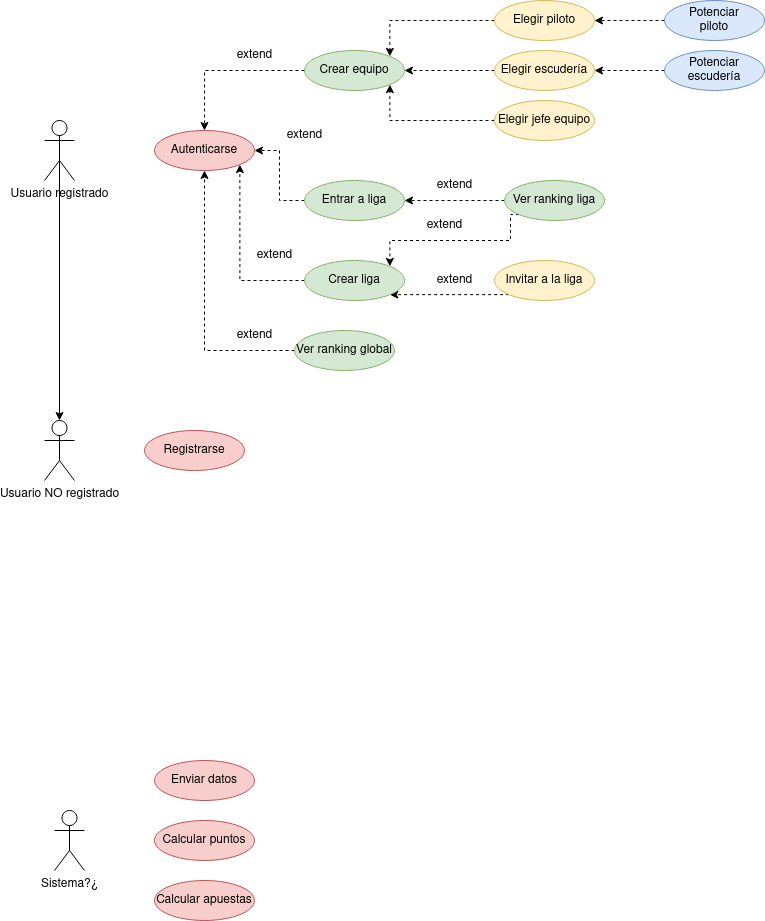
Above: doc/diagramas/img/Diagrama_casos_uso.drawio.png in adrianhrb/proyecto_ETS (draw.io), before the change. Source tidied: cells renumbered, new cells last; positions are measured from the earlier drawing's top-left corner, leaving out a move shared by most shapes.
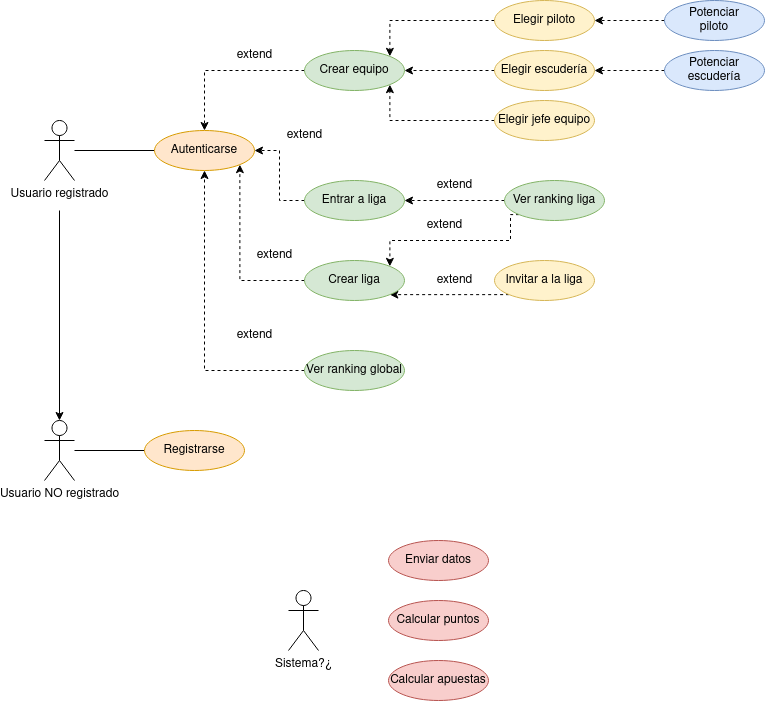
The same file after the commit.

Diff of the diagram source:
```diff
@@ -2,13 +2,18 @@
   <root>
     <mxCell id="0" />
     <mxCell id="1" parent="0" />
-    <mxCell id="2" style="edgeStyle=orthogonalEdgeStyle;rounded=0;jettySize=auto;html=1;exitX=0.5;exitY=0.5;exitDx=0;exitDy=0;exitPerimeter=0;entryX=0.5;entryY=0;entryDx=0;entryDy=0;entryPerimeter=0;" parent="1" edge="1" source="3" target="27">
-      <mxGeometry relative="1" as="geometry" />
+    <mxCell id="2" style="edgeStyle=orthogonalEdgeStyle;rounded=0;jettySize=auto;html=1;entryX=0.5;entryY=0;entryDx=0;entryDy=0;entryPerimeter=0;" parent="1" edge="1" target="27">
+      <mxGeometry relative="1" as="geometry">
+        <mxPoint x="15" y="210" as="sourcePoint" />
+      </mxGeometry>
     </mxCell>
+    <mxCell id="41" style="edgeStyle=orthogonalEdgeStyle;rounded=0;jettySize=auto;html=1;entryX=0;entryY=0.5;entryDx=0;entryDy=0;endArrow=none;endFill=0;" parent="1" edge="1" source="3" target="4">
+      <mxGeometry relative="1" as="geometry" />
+    </mxCell>
     <mxCell id="3" value="Usuario registrado" style="shape=umlActor;verticalLabelPosition=bottom;verticalAlign=top;html=1;outlineConnect=0;" parent="1" vertex="1">
       <mxGeometry y="120" width="30" height="60" as="geometry" />
     </mxCell>
-    <mxCell id="4" value="Autenticarse" style="ellipse;whiteSpace=wrap;html=1;align=center;fillColor=#f8cecc;strokeColor=#b85450;" parent="1" vertex="1">
+    <mxCell id="4" value="Autenticarse" style="ellipse;whiteSpace=wrap;html=1;align=center;fillColor=#ffe6cc;strokeColor=#d79b00;" parent="1" vertex="1">
       <mxGeometry x="110" y="130" width="100" height="40" as="geometry" />
     </mxCell>
     <mxCell id="5" style="edgeStyle=orthogonalEdgeStyle;rounded=0;jettySize=auto;html=1;exitX=0;exitY=0.5;exitDx=0;exitDy=0;dashed=1;" parent="1" edge="1" source="6" target="4">
@@ -60,16 +65,16 @@
       <mxGeometry x="260" y="260" width="100" height="40" as="geometry" />
     </mxCell>
     <mxCell id="21" value="Sistema?¿" style="shape=umlActor;verticalLabelPosition=bottom;verticalAlign=top;html=1;" parent="1" vertex="1">
-      <mxGeometry x="10" y="810" width="30" height="60" as="geometry" />
+      <mxGeometry x="244" y="590" width="30" height="60" as="geometry" />
     </mxCell>
     <mxCell id="22" value="Enviar datos" style="ellipse;whiteSpace=wrap;html=1;align=center;fillColor=#f8cecc;strokeColor=#b85450;" parent="1" vertex="1">
-      <mxGeometry x="110" y="760" width="100" height="40" as="geometry" />
+      <mxGeometry x="344" y="540" width="100" height="40" as="geometry" />
     </mxCell>
     <mxCell id="23" value="Calcular puntos" style="ellipse;whiteSpace=wrap;html=1;align=center;fillColor=#f8cecc;strokeColor=#b85450;" parent="1" vertex="1">
-      <mxGeometry x="110" y="820" width="100" height="40" as="geometry" />
+      <mxGeometry x="344" y="600" width="100" height="40" as="geometry" />
     </mxCell>
     <mxCell id="24" value="Calcular apuestas" style="ellipse;whiteSpace=wrap;html=1;align=center;fillColor=#f8cecc;strokeColor=#b85450;" parent="1" vertex="1">
-      <mxGeometry x="110" y="880" width="100" height="40" as="geometry" />
+      <mxGeometry x="344" y="660" width="100" height="40" as="geometry" />
     </mxCell>
     <mxCell id="25" style="edgeStyle=orthogonalEdgeStyle;rounded=0;jettySize=auto;html=1;exitX=0;exitY=0.5;exitDx=0;exitDy=0;entryX=1;entryY=0.5;entryDx=0;entryDy=0;dashed=1;" parent="1" edge="1" source="26" target="10">
       <mxGeometry relative="1" as="geometry" />
@@ -77,17 +82,20 @@
     <mxCell id="26" value="Potenciar escudería" style="ellipse;whiteSpace=wrap;html=1;align=center;fillColor=#dae8fc;strokeColor=#6c8ebf;" parent="1" vertex="1">
       <mxGeometry x="620" y="50" width="100" height="40" as="geometry" />
     </mxCell>
+    <mxCell id="42" style="edgeStyle=orthogonalEdgeStyle;rounded=0;jettySize=auto;html=1;entryX=0;entryY=0.5;entryDx=0;entryDy=0;endArrow=none;endFill=0;" parent="1" edge="1" source="27" target="28">
+      <mxGeometry relative="1" as="geometry" />
+    </mxCell>
     <mxCell id="27" value="Usuario NO registrado" style="shape=umlActor;verticalLabelPosition=bottom;verticalAlign=top;html=1;outlineConnect=0;" parent="1" vertex="1">
       <mxGeometry y="420" width="30" height="60" as="geometry" />
     </mxCell>
-    <mxCell id="28" value="Registrarse" style="ellipse;whiteSpace=wrap;html=1;align=center;fillColor=#f8cecc;strokeColor=#b85450;" parent="1" vertex="1">
+    <mxCell id="28" value="Registrarse" style="ellipse;whiteSpace=wrap;html=1;align=center;fillColor=#ffe6cc;strokeColor=#d79b00;" parent="1" vertex="1">
       <mxGeometry x="100" y="430" width="100" height="40" as="geometry" />
     </mxCell>
     <mxCell id="29" style="edgeStyle=orthogonalEdgeStyle;rounded=0;jettySize=auto;html=1;exitX=0;exitY=0.5;exitDx=0;exitDy=0;entryX=0.5;entryY=1;entryDx=0;entryDy=0;dashed=1;" parent="1" edge="1" source="30" target="4">
       <mxGeometry relative="1" as="geometry" />
     </mxCell>
     <mxCell id="30" value="Ver ranking global" style="ellipse;whiteSpace=wrap;html=1;align=center;fillColor=#d5e8d4;strokeColor=#82b366;" parent="1" vertex="1">
-      <mxGeometry x="250" y="330" width="100" height="40" as="geometry" />
+      <mxGeometry x="260" y="350" width="100" height="40" as="geometry" />
     </mxCell>
     <mxCell id="31" style="edgeStyle=orthogonalEdgeStyle;rounded=0;jettySize=auto;html=1;exitX=0;exitY=0.5;exitDx=0;exitDy=0;entryX=1;entryY=0.5;entryDx=0;entryDy=0;dashed=1;" parent="1" edge="1" source="33" target="16">
       <mxGeometry relative="1" as="geometry" />
```
